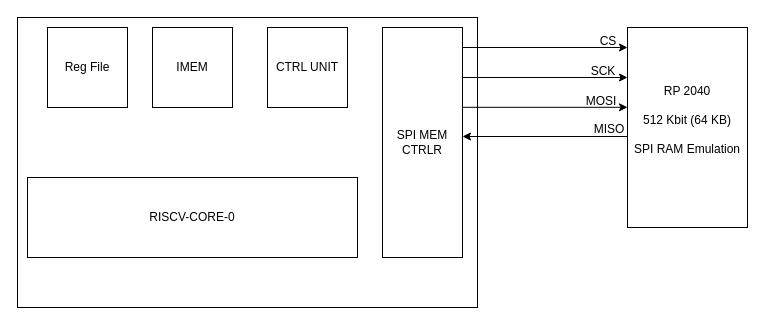
Earlier version of the draw.io diagram single-cycle/Hardware Arch.drawio (ubc-asic/superscalar-summer). Source tidied: cells renumbered, new cells numbered last; positions are measured from the earlier drawing's top-left corner, leaving out a move shared by most shapes. Both pictures are drawn from the tidied source at 100%, with x=0, y=0 at pixel (17, 17).
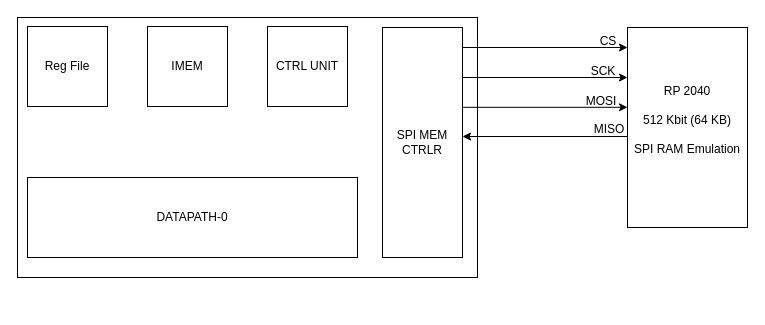
After the change.

The edit, as a diff of the source:
```diff
@@
     <mxCell id="3" value="&lt;div&gt;&lt;br&gt;&lt;/div&gt;" style="whiteSpace=wrap;html=1;" parent="1" vertex="1">
-      <mxGeometry width="460" height="290" as="geometry" />
+      <mxGeometry width="460" height="260" as="geometry" />
     </mxCell>
     <mxCell id="4" value="Reg File" style="whiteSpace=wrap;html=1;" parent="1" vertex="1">
-      <mxGeometry x="30" y="10" width="80" height="80" as="geometry" />
+      <mxGeometry x="10" y="9" width="80" height="80" as="geometry" />
     </mxCell>
@@
-    <mxCell id="6" value="RISCV-CORE-0" style="whiteSpace=wrap;html=1;" parent="1" vertex="1">
+    <mxCell id="6" value="DATAPATH-0" style="whiteSpace=wrap;html=1;" parent="1" vertex="1">
       <mxGeometry x="10" y="160" width="330" height="80" as="geometry" />
     </mxCell>
     <mxCell id="7" value="IMEM" style="whiteSpace=wrap;html=1;" parent="1" vertex="1">
-      <mxGeometry x="135" y="10" width="80" height="80" as="geometry" />
+      <mxGeometry x="130" y="9" width="80" height="80" as="geometry" />
     </mxCell>
     <mxCell id="8" value="CTRL UNIT" style="whiteSpace=wrap;html=1;" parent="1" vertex="1">
-      <mxGeometry x="250" y="10" width="80" height="80" as="geometry" />
+      <mxGeometry x="250" y="9" width="80" height="80" as="geometry" />
     </mxCell>
```
